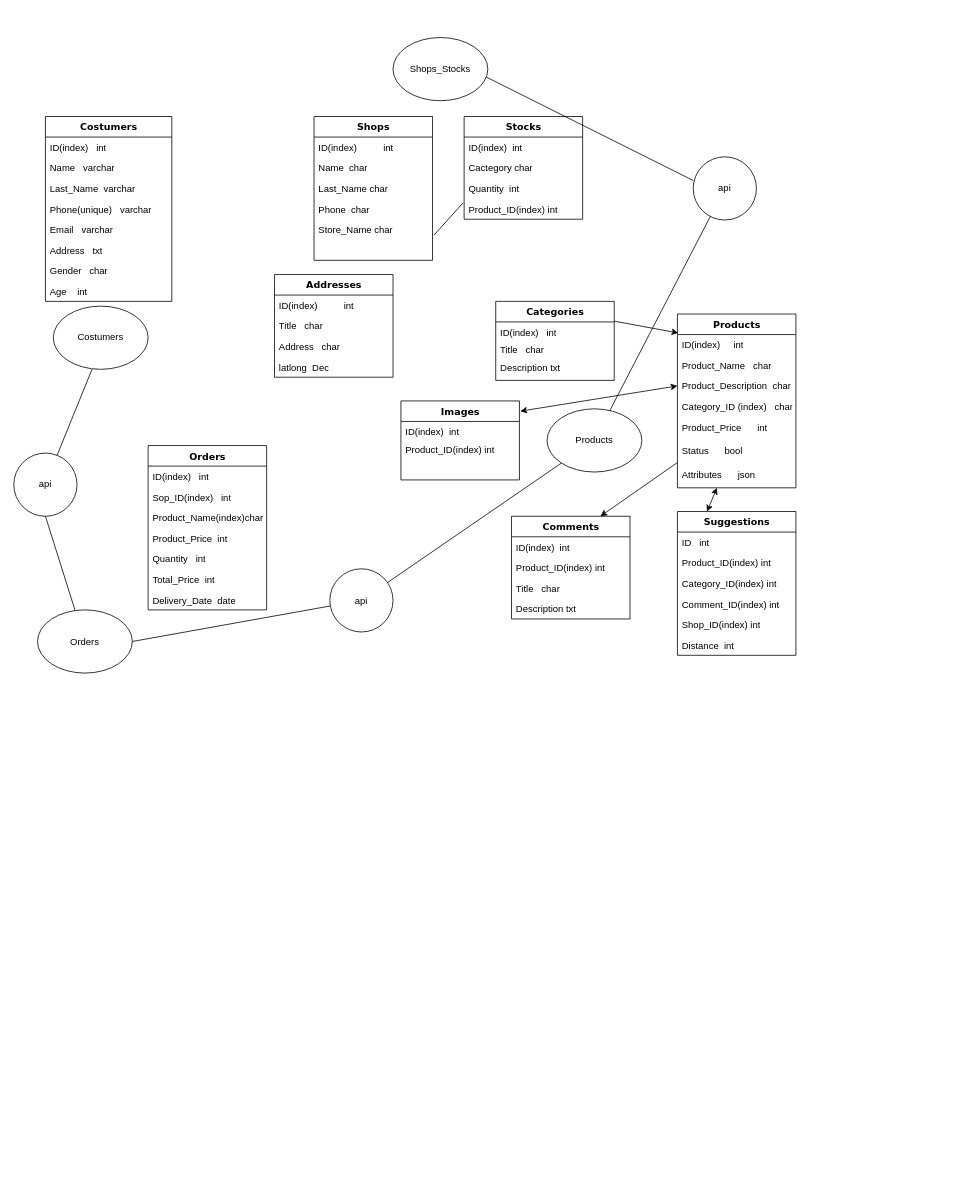
The draw.io diagram Untitled Diagram.drawio in javidyrm/instaflow, before the edit. Source tidied: cells renumbered, new cells numbered last; positions are measured from the earlier drawing's top-left corner, leaving out a move shared by most shapes. Both pictures are drawn from the tidied source at 79%, with x=0, y=0 at pixel (13, 37).
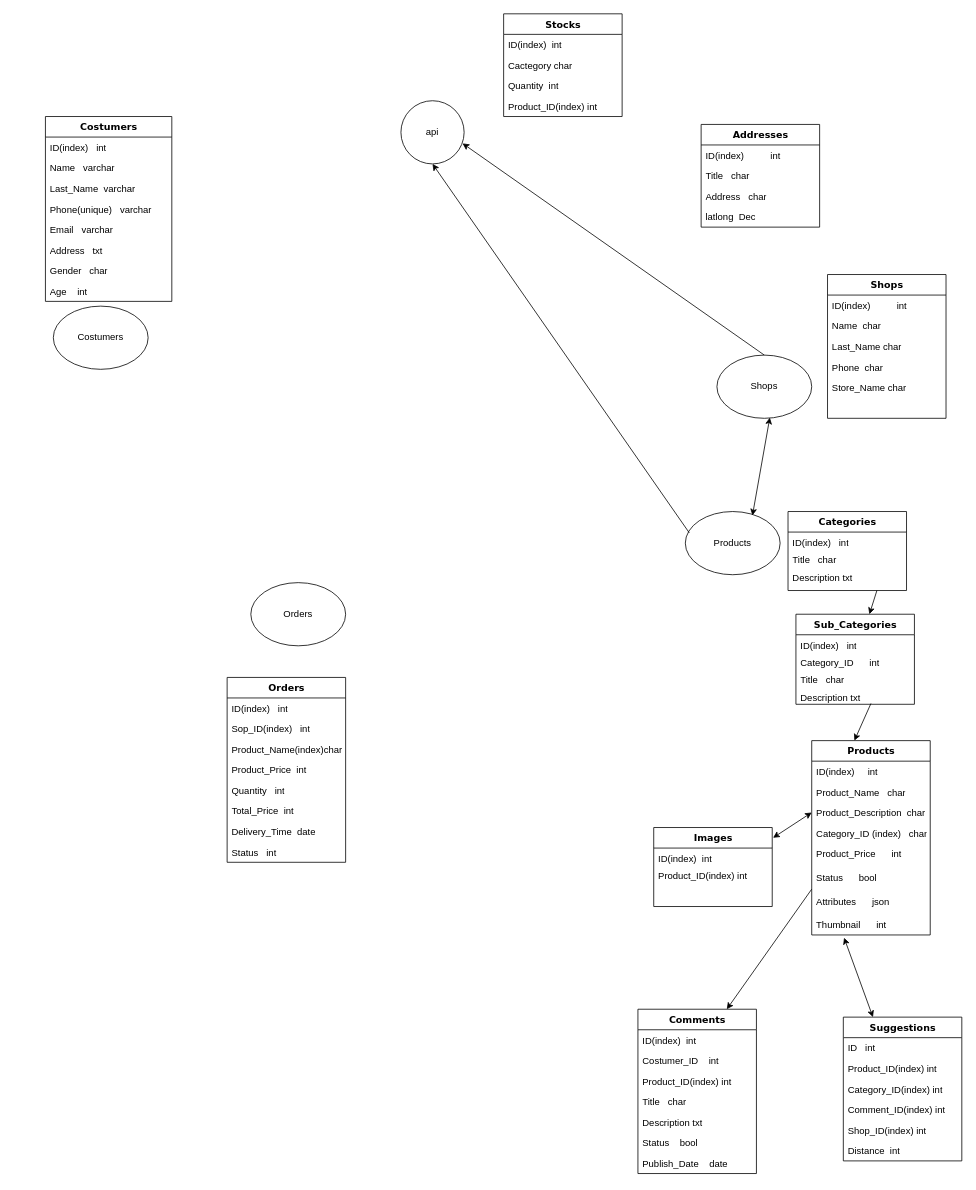
After the change.

Unchanged cells that the change refers to:
```xml
<mxCell id="16" value="Store_Name&lt;span style=&quot;white-space: pre&quot;&gt; &lt;/span&gt;char" style="text;html=1;strokeColor=none;fillColor=none;align=left;verticalAlign=top;spacingLeft=4;spacingRight=4;whiteSpace=wrap;overflow=hidden;points=[[0,0.5],[1,0.5]];portConstraint=eastwest;" parent="11" vertex="1">
  <mxGeometry y="130" width="150" height="26" as="geometry" />
</mxCell>
<mxCell id="27" value="ID(index)&lt;span style=&quot;white-space: pre&quot;&gt;&lt;span style=&quot;white-space: pre&quot;&gt; &lt;/span&gt;&lt;span style=&quot;white-space: pre&quot;&gt; &lt;/span&gt;&lt;span style=&quot;white-space: pre&quot;&gt; &lt;/span&gt;  &lt;/span&gt;int" style="text;html=1;strokeColor=none;fillColor=none;align=left;verticalAlign=top;spacingLeft=4;spacingRight=4;whiteSpace=wrap;overflow=hidden;points=[[0,0.5],[1,0.5]];portConstraint=eastwest;" parent="26" vertex="1">
  <mxGeometry y="26" width="150" height="26" as="geometry" />
</mxCell>
<mxCell id="33" value="Attributes&lt;span style=&quot;white-space: pre&quot;&gt; &lt;/span&gt;&lt;span style=&quot;white-space: pre&quot;&gt; &lt;/span&gt;&amp;nbsp; &lt;span style=&quot;white-space: pre&quot;&gt; &lt;/span&gt;&amp;nbsp;json" style="text;html=1;strokeColor=none;fillColor=none;align=left;verticalAlign=top;spacingLeft=4;spacingRight=4;whiteSpace=wrap;overflow=hidden;points=[[0,0.5],[1,0.5]];portConstraint=eastwest;" parent="26" vertex="1">
  <mxGeometry y="190" width="150" height="30" as="geometry" />
</mxCell>
<mxCell id="52" value="Quantity&lt;span style=&quot;white-space: pre&quot;&gt; &lt;/span&gt;&lt;span style=&quot;white-space: pre&quot;&gt; &lt;/span&gt;int" style="text;html=1;strokeColor=none;fillColor=none;align=left;verticalAlign=top;spacingLeft=4;spacingRight=4;whiteSpace=wrap;overflow=hidden;points=[[0,0.5],[1,0.5]];portConstraint=eastwest;" parent="49" vertex="1">
  <mxGeometry y="78" width="150" height="26" as="geometry" />
</mxCell>
<mxCell id="55" value="Costumers" style="ellipse;whiteSpace=wrap;html=1;" parent="1" vertex="1">
  <mxGeometry x="50" y="340" width="120" height="80" as="geometry" />
</mxCell>
```

The edit, as a diff of the source:
```diff
@@
     <mxCell id="11" value="Shops" style="swimlane;html=1;fontStyle=1;align=center;verticalAlign=top;horizontal=1;startSize=26;swimlaneFillColor=#ffffff;rounded=0;shadow=0;comic=0;labelBackgroundColor=none;strokeWidth=1;fillColor=none;fontFamily=Verdana;fontSize=12;" parent="1" vertex="1">
-      <mxGeometry x="380" y="100" width="150" height="182" as="geometry" />
+      <mxGeometry x="1030" y="300" width="150" height="182" as="geometry" />
     </mxCell>
@@
     <mxCell id="17" value="Categories" style="swimlane;html=1;fontStyle=1;align=center;verticalAlign=top;horizontal=1;startSize=26;swimlaneFillColor=#ffffff;rounded=0;shadow=0;comic=0;labelBackgroundColor=none;strokeWidth=1;fillColor=none;fontFamily=Verdana;fontSize=12;" parent="1" vertex="1">
-      <mxGeometry x="610" y="334" width="150" height="100" as="geometry" />
+      <mxGeometry x="980" y="600" width="150" height="100" as="geometry" />
     </mxCell>
@@
     <mxCell id="21" value="Comments" style="swimlane;html=1;fontStyle=1;align=center;verticalAlign=top;horizontal=1;startSize=26;swimlaneFillColor=#ffffff;rounded=0;shadow=0;comic=0;labelBackgroundColor=none;strokeWidth=1;fillColor=none;fontFamily=Verdana;fontSize=12;" parent="1" vertex="1">
-      <mxGeometry x="630" y="606" width="150" height="130" as="geometry" />
+      <mxGeometry x="790" y="1230" width="150" height="208" as="geometry" />
     </mxCell>
@@
+    <mxCell id="80" value="Costumer_ID&amp;nbsp; &amp;nbsp; int" style="text;html=1;strokeColor=none;fillColor=none;align=left;verticalAlign=top;spacingLeft=4;spacingRight=4;whiteSpace=wrap;overflow=hidden;" parent="21" vertex="1">
+      <mxGeometry y="52" width="150" height="26" as="geometry" />
+    </mxCell>
     <mxCell id="23" value="Product_ID(index)&lt;span style=&quot;white-space: pre&quot;&gt; &lt;/span&gt;int" style="text;html=1;strokeColor=none;fillColor=none;align=left;verticalAlign=top;spacingLeft=4;spacingRight=4;whiteSpace=wrap;overflow=hidden;" parent="21" vertex="1">
-      <mxGeometry y="52" width="150" height="26" as="geometry" />
+      <mxGeometry y="78" width="150" height="26" as="geometry" />
     </mxCell>
     <mxCell id="24" value="Title&lt;span style=&quot;white-space: pre&quot;&gt; &lt;/span&gt;&lt;span style=&quot;white-space: pre&quot;&gt; &lt;/span&gt;&lt;span style=&quot;white-space: pre&quot;&gt; &lt;/span&gt;char" style="text;html=1;strokeColor=none;fillColor=none;align=left;verticalAlign=top;spacingLeft=4;spacingRight=4;whiteSpace=wrap;overflow=hidden;" parent="21" vertex="1">
-      <mxGeometry y="78" width="150" height="26" as="geometry" />
+      <mxGeometry y="104" width="150" height="26" as="geometry" />
     </mxCell>
     <mxCell id="25" value="Description&lt;span style=&quot;white-space: pre&quot;&gt; &lt;/span&gt;txt" style="text;html=1;strokeColor=none;fillColor=none;align=left;verticalAlign=top;spacingLeft=4;spacingRight=4;whiteSpace=wrap;overflow=hidden;" parent="21" vertex="1">
-      <mxGeometry y="104" width="150" height="26" as="geometry" />
+      <mxGeometry y="130" width="150" height="26" as="geometry" />
     </mxCell>
+    <mxCell id="81" value="Status&amp;nbsp; &amp;nbsp; bool" style="text;html=1;strokeColor=none;fillColor=none;align=left;verticalAlign=top;spacingLeft=4;spacingRight=4;whiteSpace=wrap;overflow=hidden;" parent="21" vertex="1">
+      <mxGeometry y="156" width="150" height="26" as="geometry" />
+    </mxCell>
+    <mxCell id="82" value="Publish_Date&amp;nbsp; &amp;nbsp; date" style="text;html=1;strokeColor=none;fillColor=none;align=left;verticalAlign=top;spacingLeft=4;spacingRight=4;whiteSpace=wrap;overflow=hidden;" parent="21" vertex="1">
+      <mxGeometry y="182" width="150" height="26" as="geometry" />
+    </mxCell>
     <mxCell id="26" value="Products" style="swimlane;html=1;fontStyle=1;align=center;verticalAlign=top;horizontal=1;startSize=26;swimlaneFillColor=#ffffff;rounded=0;shadow=0;comic=0;labelBackgroundColor=none;strokeWidth=1;fillColor=none;fontFamily=Verdana;fontSize=12;" parent="1" vertex="1">
-      <mxGeometry x="840" y="350" width="150" height="220" as="geometry" />
+      <mxGeometry x="1010" y="890" width="150" height="246" as="geometry" />
     </mxCell>
@@
+    <mxCell id="83" value="Thumbnail&amp;nbsp; &amp;nbsp; &amp;nbsp; int" style="text;html=1;strokeColor=none;fillColor=none;align=left;verticalAlign=top;spacingLeft=4;spacingRight=4;whiteSpace=wrap;overflow=hidden;points=[[0,0.5],[1,0.5]];portConstraint=eastwest;" parent="26" vertex="1">
+      <mxGeometry y="220" width="150" height="26" as="geometry" />
+    </mxCell>
     <mxCell id="34" value="Orders" style="swimlane;html=1;fontStyle=1;align=center;verticalAlign=top;horizontal=1;startSize=26;swimlaneFillColor=#ffffff;rounded=0;shadow=0;comic=0;labelBackgroundColor=none;strokeWidth=1;fillColor=none;fontFamily=Verdana;fontSize=12;" parent="1" vertex="1">
-      <mxGeometry x="170" y="516.5" width="150" height="208" as="geometry" />
+      <mxGeometry x="270" y="810" width="150" height="234" as="geometry" />
     </mxCell>
@@
-    <mxCell id="41" value="Delivery_Date&amp;nbsp;&lt;span style=&quot;white-space: pre&quot;&gt; &lt;/span&gt;date" style="text;html=1;strokeColor=none;fillColor=none;align=left;verticalAlign=top;spacingLeft=4;spacingRight=4;whiteSpace=wrap;overflow=hidden;" parent="34" vertex="1">
+    <mxCell id="41" value="Delivery_Time&amp;nbsp;&lt;span style=&quot;white-space: pre&quot;&gt; &lt;/span&gt;date" style="text;html=1;strokeColor=none;fillColor=none;align=left;verticalAlign=top;spacingLeft=4;spacingRight=4;whiteSpace=wrap;overflow=hidden;" parent="34" vertex="1">
       <mxGeometry y="182" width="150" height="26" as="geometry" />
     </mxCell>
+    <mxCell id="84" value="Status&amp;nbsp;&lt;span style=&quot;white-space: pre&quot;&gt; &lt;/span&gt;&lt;span style=&quot;white-space: pre&quot;&gt; &lt;/span&gt;int" style="text;html=1;strokeColor=none;fillColor=none;align=left;verticalAlign=top;spacingLeft=4;spacingRight=4;whiteSpace=wrap;overflow=hidden;" parent="34" vertex="1">
+      <mxGeometry y="208" width="150" height="26" as="geometry" />
+    </mxCell>
     <mxCell id="42" value="Suggestions" style="swimlane;html=1;fontStyle=1;align=center;verticalAlign=top;horizontal=1;startSize=26;swimlaneFillColor=#ffffff;rounded=0;shadow=0;comic=0;labelBackgroundColor=none;strokeWidth=1;fillColor=none;fontFamily=Verdana;fontSize=12;" parent="1" vertex="1">
-      <mxGeometry x="840" y="600" width="150" height="182" as="geometry" />
+      <mxGeometry x="1050" y="1240" width="150" height="182" as="geometry" />
     </mxCell>
@@
     <mxCell id="49" value="Stocks" style="swimlane;html=1;fontStyle=1;align=center;verticalAlign=top;horizontal=1;startSize=26;swimlaneFillColor=#ffffff;rounded=0;shadow=0;comic=0;labelBackgroundColor=none;strokeWidth=1;fillColor=none;fontFamily=Verdana;fontSize=12;" parent="1" vertex="1">
-      <mxGeometry x="570" y="100" width="150" height="130" as="geometry" />
+      <mxGeometry x="620" y="-30" width="150" height="130" as="geometry" />
     </mxCell>
@@
     <mxCell id="54" value="Orders" style="ellipse;whiteSpace=wrap;html=1;" parent="1" vertex="1">
-      <mxGeometry x="30" y="724.5" width="120" height="80" as="geometry" />
+      <mxGeometry x="300" y="690" width="120" height="80" as="geometry" />
     </mxCell>
@@
-    <mxCell id="56" value="Shops_Stocks" style="ellipse;whiteSpace=wrap;html=1;" parent="1" vertex="1">
-      <mxGeometry x="480" width="120" height="80" as="geometry" />
+    <mxCell id="56" value="Shops" style="ellipse;whiteSpace=wrap;html=1;" parent="1" vertex="1">
+      <mxGeometry x="890" y="402" width="120" height="80" as="geometry" />
     </mxCell>
     <mxCell id="57" value="Products" style="ellipse;whiteSpace=wrap;html=1;" parent="1" vertex="1">
-      <mxGeometry x="675" y="470" width="120" height="80" as="geometry" />
+      <mxGeometry x="850" y="600" width="120" height="80" as="geometry" />
     </mxCell>
     <mxCell id="58" value="Images" style="swimlane;html=1;fontStyle=1;align=center;verticalAlign=top;horizontal=1;startSize=26;swimlaneFillColor=#ffffff;rounded=0;shadow=0;comic=0;labelBackgroundColor=none;strokeWidth=1;fillColor=none;fontFamily=Verdana;fontSize=12;" parent="1" vertex="1">
-      <mxGeometry x="490" y="460" width="150" height="100" as="geometry" />
+      <mxGeometry x="810" y="1000" width="150" height="100" as="geometry" />
     </mxCell>
@@
-    <mxCell id="61" style="endArrow=classic;html=1;rounded=0;entryX=0.007;entryY=-0.077;entryDx=0;entryDy=0;entryPerimeter=0;exitX=1;exitY=0.25;exitDx=0;exitDy=0;" parent="1" edge="1" source="17" target="27">
+    <mxCell id="61" style="endArrow=classic;html=1;rounded=0;exitX=0.75;exitY=1;exitDx=0;exitDy=0;" parent="1" edge="1" source="17" target="85">
       <mxGeometry relative="1" as="geometry" />
     </mxCell>
@@
-    <mxCell id="63" style="endArrow=classic;startArrow=classic;html=1;rounded=0;entryX=0.333;entryY=1;entryDx=0;entryDy=0;entryPerimeter=0;exitX=0.25;exitY=0;exitDx=0;exitDy=0;" parent="1" edge="1" source="42" target="33">
+    <mxCell id="63" style="endArrow=classic;startArrow=classic;html=1;rounded=0;entryX=0.273;entryY=1.135;entryDx=0;entryDy=0;entryPerimeter=0;exitX=0.25;exitY=0;exitDx=0;exitDy=0;" parent="1" edge="1" source="42" target="83">
       <mxGeometry relative="1" as="geometry" />
     </mxCell>
@@
-    <mxCell id="65" style="endArrow=none;html=1;rounded=0;exitX=1.013;exitY=0.769;exitDx=0;exitDy=0;exitPerimeter=0;entryX=-0.007;entryY=1.192;entryDx=0;entryDy=0;entryPerimeter=0;" parent="1" edge="1" source="16" target="52">
-      <mxGeometry relative="1" as="geometry" />
-    </mxCell>
-    <mxCell id="66" value="api" style="ellipse;whiteSpace=wrap;html=1;" parent="1" vertex="1">
-      <mxGeometry x="400" y="672.5" width="80" height="80" as="geometry" />
-    </mxCell>
-    <mxCell id="67" value="api" style="ellipse;whiteSpace=wrap;html=1;" parent="1" vertex="1">
-      <mxGeometry y="526" width="80" height="80" as="geometry" />
-    </mxCell>
     <mxCell id="68" value="api" style="ellipse;whiteSpace=wrap;html=1;" parent="1" vertex="1">
-      <mxGeometry x="860" y="151" width="80" height="80" as="geometry" />
+      <mxGeometry x="490" y="80" width="80" height="80" as="geometry" />
     </mxCell>
-    <mxCell id="69" style="endArrow=none;html=1;rounded=0;entryX=0;entryY=0.375;entryDx=0;entryDy=0;entryPerimeter=0;exitX=0.983;exitY=0.625;exitDx=0;exitDy=0;exitPerimeter=0;" parent="1" edge="1" source="56" target="68">
-      <mxGeometry relative="1" as="geometry" />
-    </mxCell>
-    <mxCell id="70" style="endArrow=none;html=1;rounded=0;" parent="1" edge="1" source="57" target="68">
-      <mxGeometry relative="1" as="geometry" />
-    </mxCell>
-    <mxCell id="71" style="endArrow=none;html=1;rounded=0;" parent="1" edge="1" source="66" target="57">
-      <mxGeometry relative="1" as="geometry" />
-    </mxCell>
-    <mxCell id="72" style="endArrow=none;html=1;rounded=0;exitX=1;exitY=0.5;exitDx=0;exitDy=0;" parent="1" edge="1" source="54" target="66">
-      <mxGeometry relative="1" as="geometry" />
-    </mxCell>
-    <mxCell id="73" style="endArrow=none;html=1;rounded=0;entryX=0.408;entryY=1;entryDx=0;entryDy=0;entryPerimeter=0;" parent="1" edge="1" source="67" target="55">
-      <mxGeometry relative="1" as="geometry" />
-    </mxCell>
-    <mxCell id="74" style="endArrow=none;html=1;rounded=0;entryX=0.5;entryY=1;entryDx=0;entryDy=0;" parent="1" edge="1" source="54" target="67">
-      <mxGeometry relative="1" as="geometry" />
-    </mxCell>
     <mxCell id="75" value="Addresses" style="swimlane;html=1;fontStyle=1;align=center;verticalAlign=top;horizontal=1;startSize=26;swimlaneFillColor=#ffffff;rounded=0;shadow=0;comic=0;labelBackgroundColor=none;strokeWidth=1;fillColor=none;fontFamily=Verdana;fontSize=12;" parent="1" vertex="1">
-      <mxGeometry x="330" y="300" width="150" height="130" as="geometry" />
+      <mxGeometry x="870" y="110" width="150" height="130" as="geometry" />
     </mxCell>
@@
+    <mxCell id="85" value="Sub_Categories" style="swimlane;html=1;fontStyle=1;align=center;verticalAlign=top;horizontal=1;startSize=26;swimlaneFillColor=#ffffff;rounded=0;shadow=0;comic=0;labelBackgroundColor=none;strokeWidth=1;fillColor=none;fontFamily=Verdana;fontSize=12;" parent="1" vertex="1">
+      <mxGeometry x="990" y="730" width="150" height="114" as="geometry" />
+    </mxCell>
+    <mxCell id="86" value="ID(index)&lt;span style=&quot;white-space: pre&quot;&gt; &lt;span style=&quot;white-space: pre&quot;&gt; &lt;/span&gt;&lt;span style=&quot;white-space: pre&quot;&gt; &lt;/span&gt;&lt;/span&gt;int" style="text;html=1;strokeColor=none;fillColor=none;align=left;verticalAlign=top;spacingLeft=4;spacingRight=4;whiteSpace=wrap;overflow=hidden;" parent="85" vertex="1">
+      <mxGeometry y="26" width="150" height="22" as="geometry" />
+    </mxCell>
+    <mxCell id="87" value="Category_ID&amp;nbsp; &amp;nbsp; &amp;nbsp; int" style="text;html=1;strokeColor=none;fillColor=none;align=left;verticalAlign=top;spacingLeft=4;spacingRight=4;whiteSpace=wrap;overflow=hidden;" parent="85" vertex="1">
+      <mxGeometry y="48" width="150" height="22" as="geometry" />
+    </mxCell>
+    <mxCell id="88" value="Title&lt;span style=&quot;white-space: pre&quot;&gt; &lt;/span&gt;&lt;span style=&quot;white-space: pre&quot;&gt; &lt;span style=&quot;white-space: pre&quot;&gt; &lt;/span&gt;&lt;/span&gt;char" style="text;html=1;strokeColor=none;fillColor=none;align=left;verticalAlign=top;spacingLeft=4;spacingRight=4;whiteSpace=wrap;overflow=hidden;" parent="85" vertex="1">
+      <mxGeometry y="70" width="150" height="22" as="geometry" />
+    </mxCell>
+    <mxCell id="89" value="Description&lt;span style=&quot;white-space: pre&quot;&gt; &lt;/span&gt;txt" style="text;html=1;strokeColor=none;fillColor=none;align=left;verticalAlign=top;spacingLeft=4;spacingRight=4;whiteSpace=wrap;overflow=hidden;points=[[0,0.5],[1,0.5]];portConstraint=eastwest;" parent="85" vertex="1">
+      <mxGeometry y="92" width="150" height="22" as="geometry" />
+    </mxCell>
+    <mxCell id="90" style="endArrow=classic;html=1;rounded=0;entryX=0.36;entryY=0;entryDx=0;entryDy=0;entryPerimeter=0;exitX=0.633;exitY=0.955;exitDx=0;exitDy=0;exitPerimeter=0;" parent="1" edge="1" source="89" target="26">
+      <mxGeometry relative="1" as="geometry" />
+    </mxCell>
+    <mxCell id="91" style="endArrow=classic;startArrow=classic;html=1;rounded=0;exitX=0.708;exitY=0.063;exitDx=0;exitDy=0;exitPerimeter=0;entryX=0.558;entryY=0.988;entryDx=0;entryDy=0;entryPerimeter=0;" parent="1" edge="1" source="57" target="56">
+      <mxGeometry relative="1" as="geometry" />
+    </mxCell>
+    <mxCell id="69" style="endArrow=classic;html=1;rounded=0;entryX=0.975;entryY=0.675;entryDx=0;entryDy=0;entryPerimeter=0;exitX=0.5;exitY=0;exitDx=0;exitDy=0;" parent="1" edge="1" source="56" target="68">
+      <mxGeometry relative="1" as="geometry" />
+    </mxCell>
+    <mxCell id="70" style="endArrow=classic;html=1;rounded=0;entryX=0.5;entryY=1;entryDx=0;entryDy=0;exitX=0.042;exitY=0.338;exitDx=0;exitDy=0;exitPerimeter=0;" parent="1" edge="1" source="57" target="68">
+      <mxGeometry relative="1" as="geometry" />
+    </mxCell>
```
